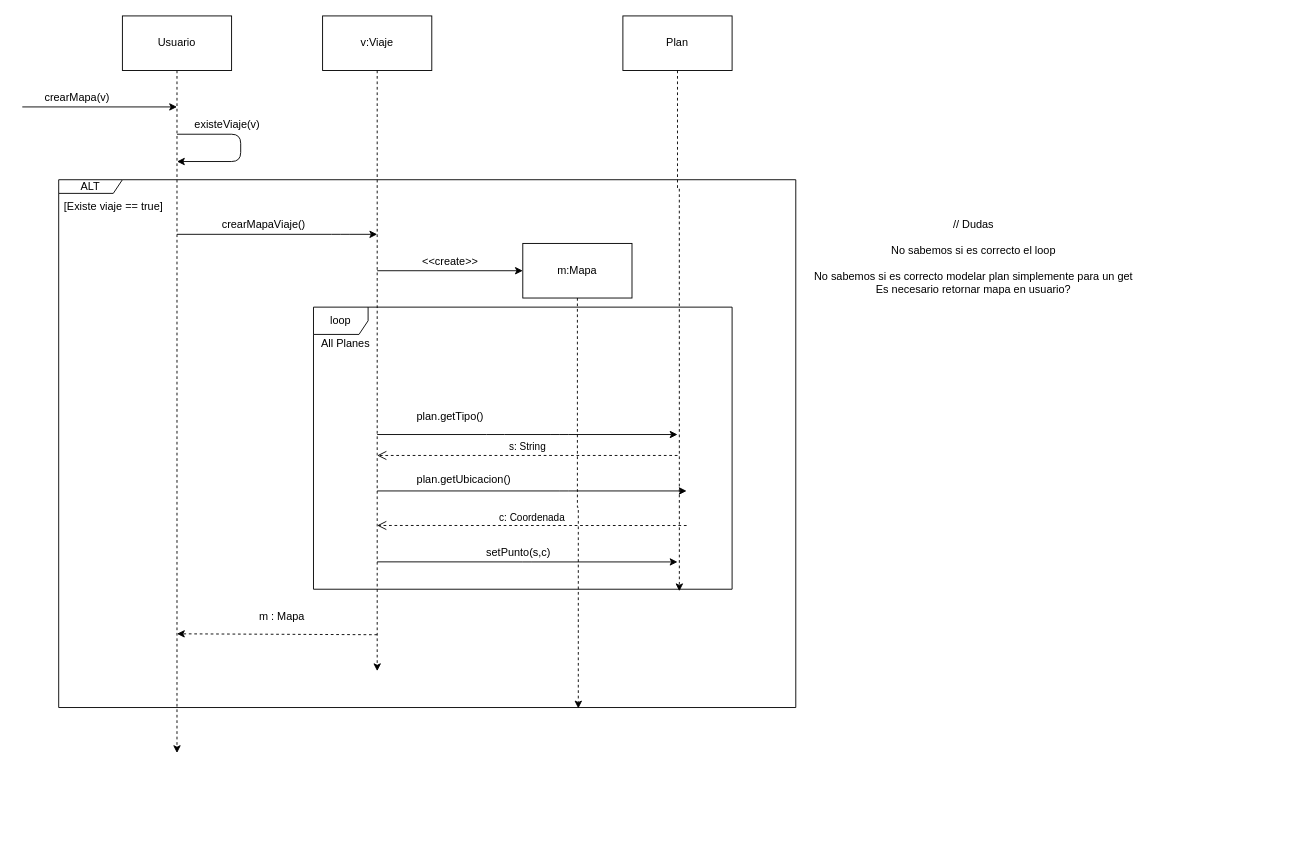
Before: Entrega nro 3/DiagramaDeSecuencia.drawio in maurogalvan/Grupo-13-Metodologia, a draw.io diagram. Source tidied: cells renumbered, new cells numbered last; positions are measured from the earlier drawing's top-left corner, leaving out a move shared by most shapes. Both pictures are drawn from the tidied source at 91%, with x=0, y=0 at pixel (22, 15).
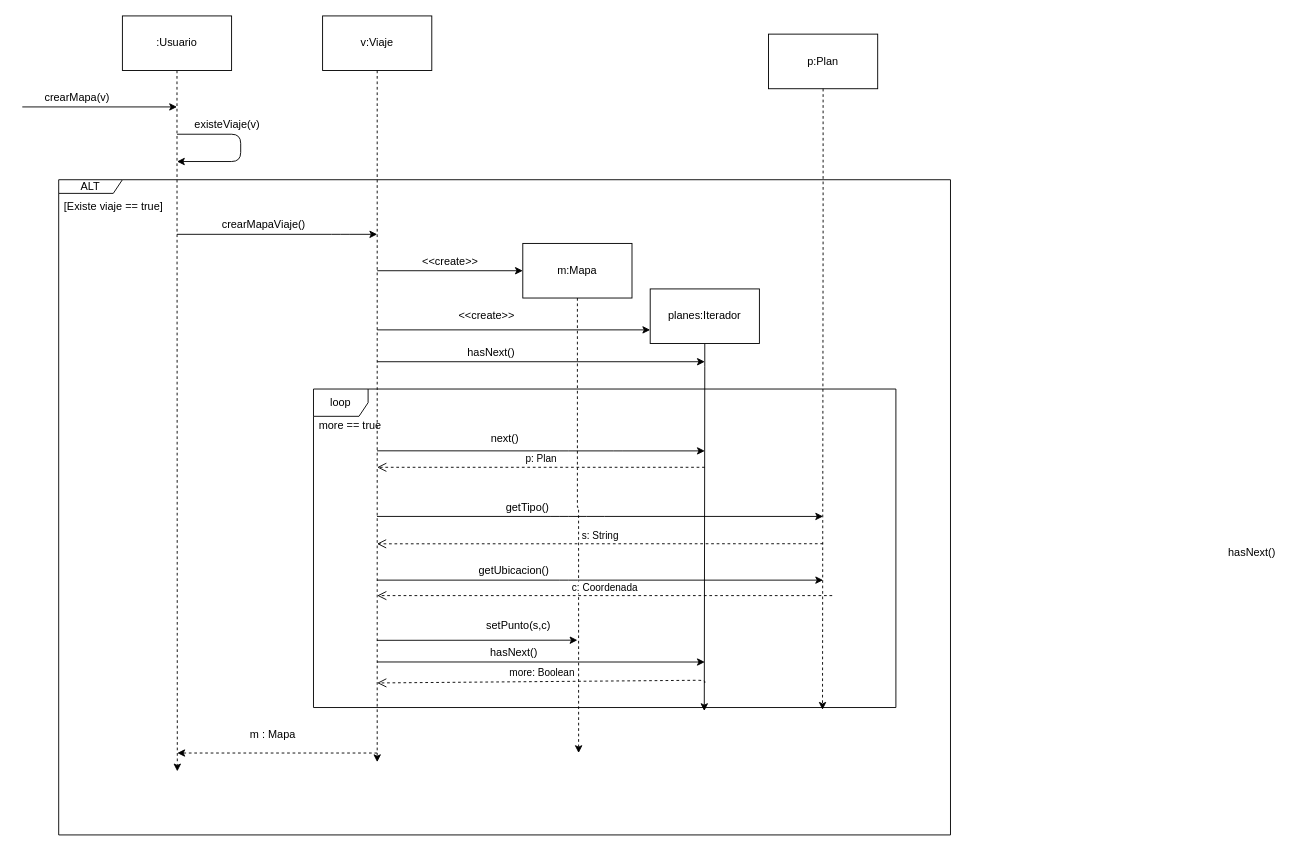
The same diagram, later.

The change refers to these unchanged cells:
```xml
<mxCell id="10" value="v:Viaje" style="rounded=0;whiteSpace=wrap;html=1;" parent="1" vertex="1">
  <mxGeometry x="330" width="120" height="60" as="geometry" />
</mxCell>
<mxCell id="15" value="m:Mapa" style="rounded=0;whiteSpace=wrap;html=1;" parent="1" vertex="1">
  <mxGeometry x="550" y="250" width="120" height="60" as="geometry" />
</mxCell>
```

Change to the diagram source:
```diff
@@
-    <mxCell id="2" style="edgeStyle=orthogonalEdgeStyle;rounded=0;jettySize=auto;html=1;exitX=0.5;exitY=1;exitDx=0;exitDy=0;dashed=1;" parent="1" edge="1" source="3">
-      <mxGeometry relative="1" as="geometry">
-        <mxPoint x="170" y="810" as="targetPoint" />
-      </mxGeometry>
+    <mxCell id="2" style="edgeStyle=orthogonalEdgeStyle;rounded=0;jettySize=auto;html=1;exitX=0.5;exitY=1;exitDx=0;exitDy=0;dashed=1;entryX=0.133;entryY=0.903;entryDx=0;entryDy=0;entryPerimeter=0;" parent="1" edge="1" source="3" target="8">
+      <mxGeometry relative="1" as="geometry" />
     </mxCell>
-    <mxCell id="3" value="Usuario" style="rounded=0;whiteSpace=wrap;html=1;" parent="1" vertex="1">
+    <mxCell id="3" value=":Usuario" style="rounded=0;whiteSpace=wrap;html=1;" parent="1" vertex="1">
       <mxGeometry x="110" width="120" height="60" as="geometry" />
     </mxCell>
@@
     <mxCell id="8" value="ALT" style="shape=umlFrame;whiteSpace=wrap;html=1;width=70;height=15;" parent="1" vertex="1">
-      <mxGeometry x="40" y="180" width="810" height="580" as="geometry" />
+      <mxGeometry x="40" y="180" width="980" height="720" as="geometry" />
     </mxCell>
@@
     <mxCell id="11" style="edgeStyle=orthogonalEdgeStyle;rounded=0;jettySize=auto;html=1;exitX=0.5;exitY=1;exitDx=0;exitDy=0;dashed=1;" parent="1" edge="1" source="10">
       <mxGeometry relative="1" as="geometry">
-        <mxPoint x="390" y="720" as="targetPoint" />
+        <mxPoint x="390" y="820" as="targetPoint" />
       </mxGeometry>
     </mxCell>
@@
-    <mxCell id="14" style="edgeStyle=orthogonalEdgeStyle;rounded=0;jettySize=auto;html=1;dashed=1;" parent="1" edge="1" source="15">
+    <mxCell id="14" style="edgeStyle=orthogonalEdgeStyle;rounded=0;jettySize=auto;html=1;dashed=1;entryX=0.583;entryY=0.875;entryDx=0;entryDy=0;entryPerimeter=0;" parent="1" edge="1" source="15" target="8">
       <mxGeometry relative="1" as="geometry">
-        <mxPoint x="611" y="761" as="targetPoint" />
         <Array as="points">
           <mxPoint x="610" y="540" />
+          <mxPoint x="611" y="540" />
         </Array>
       </mxGeometry>
     </mxCell>
@@
     <mxCell id="18" value="loop" style="shape=umlFrame;whiteSpace=wrap;html=1;" parent="1" vertex="1">
-      <mxGeometry x="320" y="320" width="460" height="310" as="geometry" />
+      <mxGeometry x="320" y="410" width="640" height="350" as="geometry" />
     </mxCell>
-    <mxCell id="19" value="All Planes" style="text;html=1;align=center;verticalAlign=middle;" parent="1" vertex="1">
-      <mxGeometry x="320" y="350" width="70" height="20" as="geometry" />
-    </mxCell>
     <mxCell id="20" value="setPunto(s,c)" style="text;html=1;align=center;verticalAlign=middle;" parent="1" vertex="1">
-      <mxGeometry x="500" y="580" width="90" height="20" as="geometry" />
+      <mxGeometry x="500" y="660" width="90" height="20" as="geometry" />
     </mxCell>
-    <mxCell id="21" value="Plan" style="rounded=0;whiteSpace=wrap;html=1;" parent="1" vertex="1">
-      <mxGeometry x="660" width="120" height="60" as="geometry" />
+    <mxCell id="21" value="p:Plan" style="rounded=0;whiteSpace=wrap;html=1;" parent="1" vertex="1">
+      <mxGeometry x="820" y="20" width="120" height="60" as="geometry" />
     </mxCell>
-    <mxCell id="22" value="// Dudas&lt;br&gt;&lt;br&gt;No sabemos si es correcto el loop&lt;br&gt;&lt;br&gt;No sabemos si es correcto modelar plan simplemente para un get&lt;br&gt;Es necesario retornar mapa en usuario?" style="text;html=1;align=center;verticalAlign=middle;" parent="1" vertex="1">
-      <mxGeometry x="860" y="220" width="370" height="90" as="geometry" />
-    </mxCell>
@@
-    <mxCell id="24" style="endArrow=classic;html=1;" parent="1" edge="1">
+    <mxCell id="24" style="endArrow=classic;html=1;exitX=0.109;exitY=0.4;exitDx=0;exitDy=0;exitPerimeter=0;" parent="1" edge="1" source="18">
       <mxGeometry relative="1" as="geometry">
-        <mxPoint x="390" y="460" as="sourcePoint" />
-        <mxPoint x="720" y="460" as="targetPoint" />
+        <mxPoint x="880" y="550" as="targetPoint" />
         <Array as="points">
-          <mxPoint x="520" y="460" />
-          <mxPoint x="590" y="460" />
+          <mxPoint x="590" y="550" />
+          <mxPoint x="630" y="550" />
         </Array>
       </mxGeometry>
     </mxCell>
-    <mxCell id="25" value="plan.getTipo()" style="text;html=1;align=center;verticalAlign=middle;" parent="1" vertex="1">
-      <mxGeometry x="425" y="430" width="90" height="20" as="geometry" />
+    <mxCell id="25" value="getTipo()" style="text;html=1;align=center;verticalAlign=middle;" parent="1" vertex="1">
+      <mxGeometry x="525" y="530" width="60" height="20" as="geometry" />
     </mxCell>
-    <mxCell id="26" style="endArrow=classic;html=1;" parent="1" edge="1">
+    <mxCell id="26" style="endArrow=classic;html=1;exitX=0.109;exitY=0.6;exitDx=0;exitDy=0;exitPerimeter=0;" parent="1" edge="1" source="18">
       <mxGeometry relative="1" as="geometry">
-        <mxPoint x="390" y="522" as="sourcePoint" />
-        <mxPoint x="730" y="522" as="targetPoint" />
+        <mxPoint x="880" y="620" as="targetPoint" />
         <Array as="points">
-          <mxPoint x="600" y="522" />
+          <mxPoint x="600" y="620" />
         </Array>
       </mxGeometry>
     </mxCell>
-    <mxCell id="27" value="plan.getUbicacion()" style="text;html=1;align=center;verticalAlign=middle;" parent="1" vertex="1">
-      <mxGeometry x="425" y="500" width="120" height="20" as="geometry" />
+    <mxCell id="27" value="getUbicacion()" style="text;html=1;align=center;verticalAlign=middle;" parent="1" vertex="1">
+      <mxGeometry x="495" y="600" width="90" height="20" as="geometry" />
     </mxCell>
-    <mxCell id="28" value="s: String" style="html=1;verticalAlign=bottom;endArrow=open;dashed=1;endSize=8;" parent="1" edge="1">
+    <mxCell id="28" value="s: String" style="html=1;verticalAlign=bottom;endArrow=open;dashed=1;endSize=8;entryX=0.109;entryY=0.486;entryDx=0;entryDy=0;entryPerimeter=0;" parent="1" edge="1" target="18">
       <mxGeometry relative="1" as="geometry">
-        <mxPoint x="720" y="483" as="sourcePoint" />
-        <mxPoint x="390" y="483" as="targetPoint" />
+        <mxPoint x="880" y="580" as="sourcePoint" />
       </mxGeometry>
     </mxCell>
-    <mxCell id="29" value="c: Coordenada" style="html=1;verticalAlign=bottom;endArrow=open;dashed=1;endSize=8;entryX=0.152;entryY=0.774;entryDx=0;entryDy=0;entryPerimeter=0;" parent="1" edge="1" target="18">
+    <mxCell id="29" value="c: Coordenada" style="html=1;verticalAlign=bottom;endArrow=open;dashed=1;endSize=8;" parent="1" edge="1">
       <mxGeometry relative="1" as="geometry">
-        <mxPoint x="730" y="560" as="sourcePoint" />
+        <mxPoint x="890" y="637" as="sourcePoint" />
+        <mxPoint x="390" y="637" as="targetPoint" />
+        <Array as="points">
+          <mxPoint x="490" y="637" />
+        </Array>
       </mxGeometry>
     </mxCell>
-    <mxCell id="30" style="endArrow=classic;html=1;exitX=0.152;exitY=0.903;exitDx=0;exitDy=0;exitPerimeter=0;" parent="1" edge="1" source="18">
+    <mxCell id="30" style="endArrow=classic;html=1;exitX=0.109;exitY=0.789;exitDx=0;exitDy=0;exitPerimeter=0;" parent="1" edge="1" source="18">
       <mxGeometry relative="1" as="geometry">
-        <mxPoint x="720" y="600" as="targetPoint" />
-        <Array as="points">
-          <mxPoint x="560" y="600" />
-        </Array>
+        <mxPoint x="610" y="686" as="targetPoint" />
       </mxGeometry>
     </mxCell>
-    <mxCell id="31" style="endArrow=classic;html=1;dashed=1;" parent="1" edge="1">
+    <mxCell id="31" style="endArrow=classic;html=1;dashed=1;entryX=0.133;entryY=0.875;entryDx=0;entryDy=0;entryPerimeter=0;" parent="1" edge="1" target="8">
       <mxGeometry relative="1" as="geometry">
-        <mxPoint x="390" y="680" as="sourcePoint" />
-        <mxPoint x="170" y="679" as="targetPoint" />
+        <mxPoint x="390" y="810" as="sourcePoint" />
       </mxGeometry>
     </mxCell>
     <mxCell id="32" value="m : Mapa" style="text;html=1;align=center;verticalAlign=middle;" parent="1" vertex="1">
-      <mxGeometry x="250" y="650" width="70" height="20" as="geometry" />
+      <mxGeometry x="240" y="780" width="70" height="20" as="geometry" />
     </mxCell>
+    <mxCell id="33" style="edgeStyle=orthogonalEdgeStyle;rounded=0;jettySize=auto;html=1;entryX=0.671;entryY=1.011;entryDx=0;entryDy=0;entryPerimeter=0;" parent="1" edge="1" source="34" target="18">
+      <mxGeometry relative="1" as="geometry" />
+    </mxCell>
+    <mxCell id="34" value="planes:Iterador" style="rounded=0;whiteSpace=wrap;html=1;" parent="1" vertex="1">
+      <mxGeometry x="690" y="300" width="120" height="60" as="geometry" />
+    </mxCell>
+    <mxCell id="35" style="endArrow=classic;html=1;entryX=0;entryY=0.75;entryDx=0;entryDy=0;" parent="1" edge="1" target="34">
+      <mxGeometry relative="1" as="geometry">
+        <mxPoint x="390" y="345" as="sourcePoint" />
+      </mxGeometry>
+    </mxCell>
+    <mxCell id="36" value="&amp;lt;&amp;lt;create&amp;gt;&amp;gt;" style="text;html=1;align=center;verticalAlign=middle;" parent="1" vertex="1">
+      <mxGeometry x="470" y="320" width="80" height="20" as="geometry" />
+    </mxCell>
+    <mxCell id="37" style="endArrow=classic;html=1;exitX=0.109;exitY=0.194;exitDx=0;exitDy=0;exitPerimeter=0;" parent="1" edge="1" source="18">
+      <mxGeometry relative="1" as="geometry">
+        <mxPoint x="750" y="478" as="targetPoint" />
+        <Array as="points">
+          <mxPoint x="590" y="478" />
+          <mxPoint x="660" y="478" />
+        </Array>
+      </mxGeometry>
+    </mxCell>
+    <mxCell id="38" value="next()" style="text;html=1;align=center;verticalAlign=middle;" parent="1" vertex="1">
+      <mxGeometry x="505" y="455" width="50" height="20" as="geometry" />
+    </mxCell>
+    <mxCell id="39" value="p: Plan" style="html=1;verticalAlign=bottom;endArrow=open;dashed=1;endSize=8;" parent="1" edge="1">
+      <mxGeometry relative="1" as="geometry">
+        <mxPoint x="750" y="496" as="sourcePoint" />
+        <mxPoint x="390" y="496" as="targetPoint" />
+      </mxGeometry>
+    </mxCell>
+    <mxCell id="40" style="endArrow=classic;html=1;exitX=0.109;exitY=0.857;exitDx=0;exitDy=0;exitPerimeter=0;" parent="1" edge="1" source="18">
+      <mxGeometry relative="1" as="geometry">
+        <mxPoint x="750" y="710" as="targetPoint" />
+      </mxGeometry>
+    </mxCell>
+    <mxCell id="41" value="hasNext()" style="text;html=1;align=center;verticalAlign=middle;" parent="1" vertex="1">
+      <mxGeometry x="1316" y="580" width="70" height="20" as="geometry" />
+    </mxCell>
+    <mxCell id="42" value="hasNext()" style="text;html=1;align=center;verticalAlign=middle;" parent="1" vertex="1">
+      <mxGeometry x="505" y="690" width="70" height="20" as="geometry" />
+    </mxCell>
+    <mxCell id="43" value="more: Boolean" style="html=1;verticalAlign=bottom;endArrow=open;dashed=1;endSize=8;" parent="1" edge="1">
+      <mxGeometry relative="1" as="geometry">
+        <mxPoint x="750" y="733" as="sourcePoint" />
+        <mxPoint x="390" y="733" as="targetPoint" />
+        <Array as="points">
+          <mxPoint x="750" y="730" />
+        </Array>
+      </mxGeometry>
+    </mxCell>
+    <mxCell id="44" value="more == true" style="text;html=1;align=center;verticalAlign=middle;" parent="1" vertex="1">
+      <mxGeometry x="320" y="440" width="80" height="20" as="geometry" />
+    </mxCell>
+    <mxCell id="45" style="endArrow=classic;html=1;" parent="1" edge="1">
+      <mxGeometry relative="1" as="geometry">
+        <mxPoint x="390" y="380" as="sourcePoint" />
+        <mxPoint x="750" y="380" as="targetPoint" />
+      </mxGeometry>
+    </mxCell>
+    <mxCell id="46" value="hasNext()" style="text;html=1;align=center;verticalAlign=middle;" parent="1" vertex="1">
+      <mxGeometry x="480" y="360" width="70" height="20" as="geometry" />
+    </mxCell>
```
